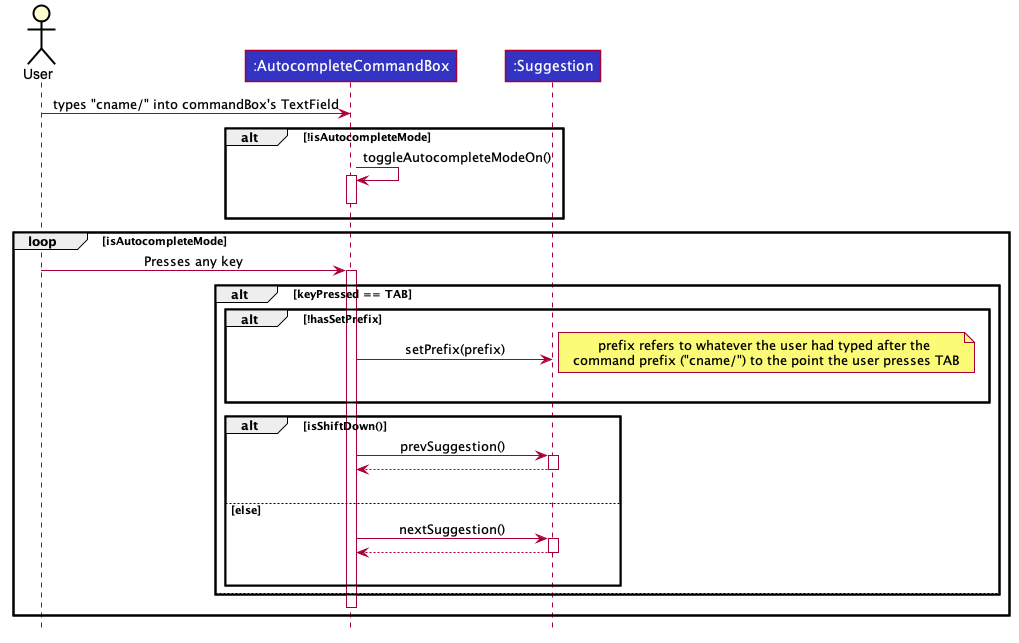
Earlier version of the PlantUML export docs/images/AutocompleteFlowSequenceDiagram.png (nus-cs2103-AY2021S1/tp).
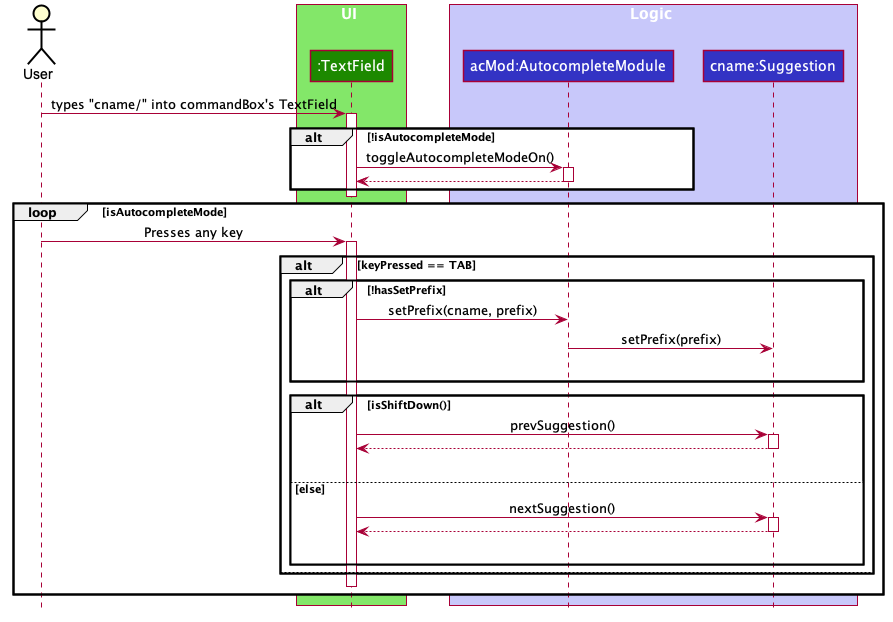
Later version of the same file.

The edit, as a diff of the source:
```diff
@@ -49,46 +49,56 @@
 hide circle
 
 Actor User
-participant ":AutocompleteCommandBox" as AutocompleteCommandBox #3333C4
-participant ":Suggestion" as Suggestion #3333C4
 
-User -> AutocompleteCommandBox : types "cname/" into commandBox's TextField
+box UI #83E769
+participant ":TextField" as TextField #1D8900
+end box
+
+box Logic #C8C8FA
+participant "acMod:AutocompleteModule" as AutocompleteModule #3333C4
+participant "cname:Suggestion" as Suggestion #3333C4
+end box
+
+User -> TextField : types "cname/" into commandBox's TextField
+    activate TextField
 
 alt !isAutocompleteMode
-    AutocompleteCommandBox -> AutocompleteCommandBox : toggleAutocompleteModeOn()
-    activate AutocompleteCommandBox
-    deactivate AutocompleteCommandBox
+    TextField -> AutocompleteModule : toggleAutocompleteModeOn()
+    activate AutocompleteModule
+    AutocompleteModule --> TextField
+    deactivate AutocompleteModule
 end
+    deactivate TextField
 
 loop isAutocompleteMode
-    User -> AutocompleteCommandBox : Presses any key
-    activate AutocompleteCommandBox
+    User -> TextField : Presses any key
+    activate TextField
     alt keyPressed == TAB
 
         alt !hasSetPrefix
-            AutocompleteCommandBox -> Suggestion : setPrefix(prefix)
-            note right: prefix refers to whatever the user had typed after the \ncommand prefix ("cname/") to the point the user presses TAB
+            TextField -> AutocompleteModule : setPrefix(cname, prefix)
+            AutocompleteModule -> Suggestion : setPrefix(prefix)
             ||||
         end
 
         alt isShiftDown()
-            AutocompleteCommandBox -> Suggestion : prevSuggestion()
+            TextField -> Suggestion : prevSuggestion()
             activate Suggestion
-            Suggestion --> AutocompleteCommandBox
+            Suggestion --> TextField
             deactivate Suggestion
             ||||
         else else
-            AutocompleteCommandBox -> Suggestion : nextSuggestion()
+            TextField -> Suggestion : nextSuggestion()
             activate Suggestion
-            Suggestion --> AutocompleteCommandBox
+            Suggestion --> TextField
             deactivate Suggestion
             ||||
         end
     else
 
     end
-    AutocompleteCommandBox-[hidden]->User
-    deactivate AutocompleteCommandBox
+    TextField-[hidden]->User
+    deactivate TextField
 end
 
 @enduml
```
